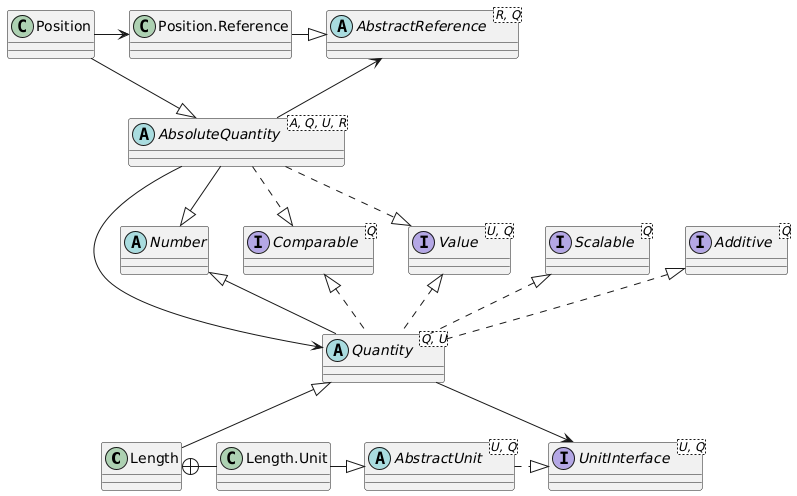
Before: docs/images/absolute-quantity.png, a diagram exported from PlantUML (averbraeck/djunits). Source of this version:
```plantuml
@startuml
class Length
class "Length.Unit" as LengthUnit
class Position
abstract class AbsoluteQuantity<A, Q, U, R>
abstract class AbstractReference<R, Q>
class "Position.Reference" as PositionReference
abstract class Quantity<Q, U>
abstract class AbstractUnit<U, Q>
interface UnitInterface<U, Q>
abstract class Number
interface Value<U, Q>
interface Comparable<Q>
interface Additive<Q>
interface Scalable<Q>

Quantity .u.|> Value
Quantity .u.|> Comparable
Quantity .u.|> Additive
Quantity .u.|> Scalable
Quantity -u-|> Number

Quantity -r-> UnitInterface
AbsoluteQuantity --> Quantity

AbstractUnit .r.|> UnitInterface

LengthUnit -l-+ Length
Length -u-|> Quantity
LengthUnit -r-|> AbstractUnit

AbsoluteQuantity -d-|> Number
AbsoluteQuantity .d.|> Value
AbsoluteQuantity .d.|> Comparable
AbsoluteQuantity -u-> AbstractReference

Position -d-|> AbsoluteQuantity
Position -r-> PositionReference
PositionReference -r-|> AbstractReference
@enduml
```
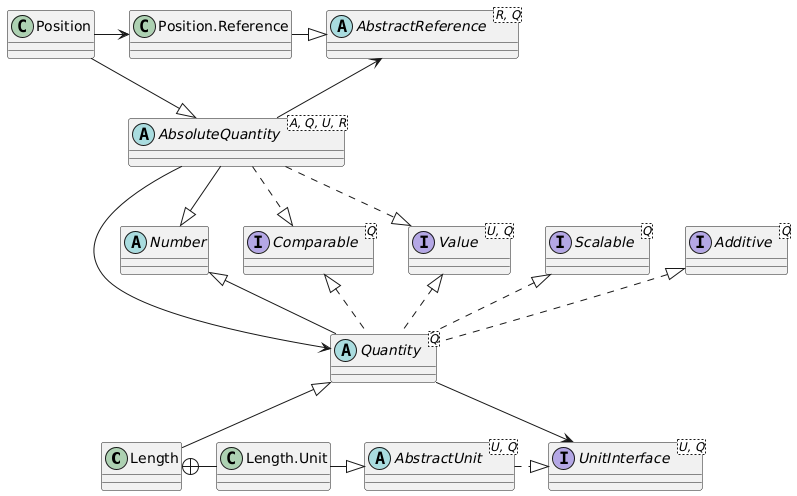
The same diagram one commit later.

Commit message:
Issue #127. Update class diagrams for <Q> instead of <Q, U>

The edit, as a diff of the source:
```diff
@@ -5,7 +5,7 @@
 abstract class AbsoluteQuantity<A, Q, U, R>
 abstract class AbstractReference<R, Q>
 class "Position.Reference" as PositionReference
-abstract class Quantity<Q, U>
+abstract class Quantity<Q>
 abstract class AbstractUnit<U, Q>
 interface UnitInterface<U, Q>
 abstract class Number
```
